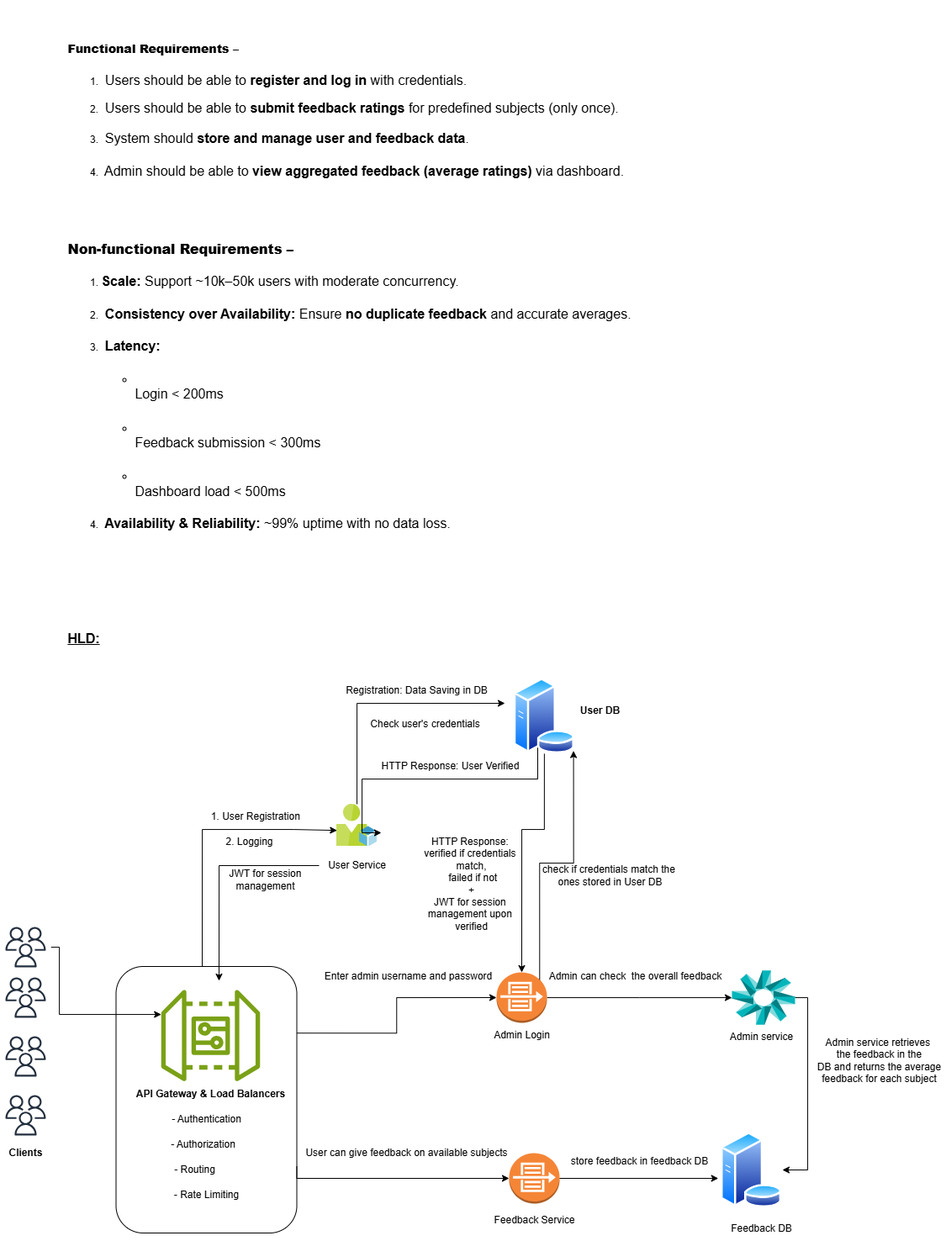
Earlier version of the draw.io export SD_project_Experiment_10/SD_HLD.drawio.png (ttrion/23BCS13761_TANAY_KRG_2B_SD). Source tidied: cells renumbered, new cells last; positions are measured from the earlier drawing's top-left corner, leaving out a move shared by most shapes.
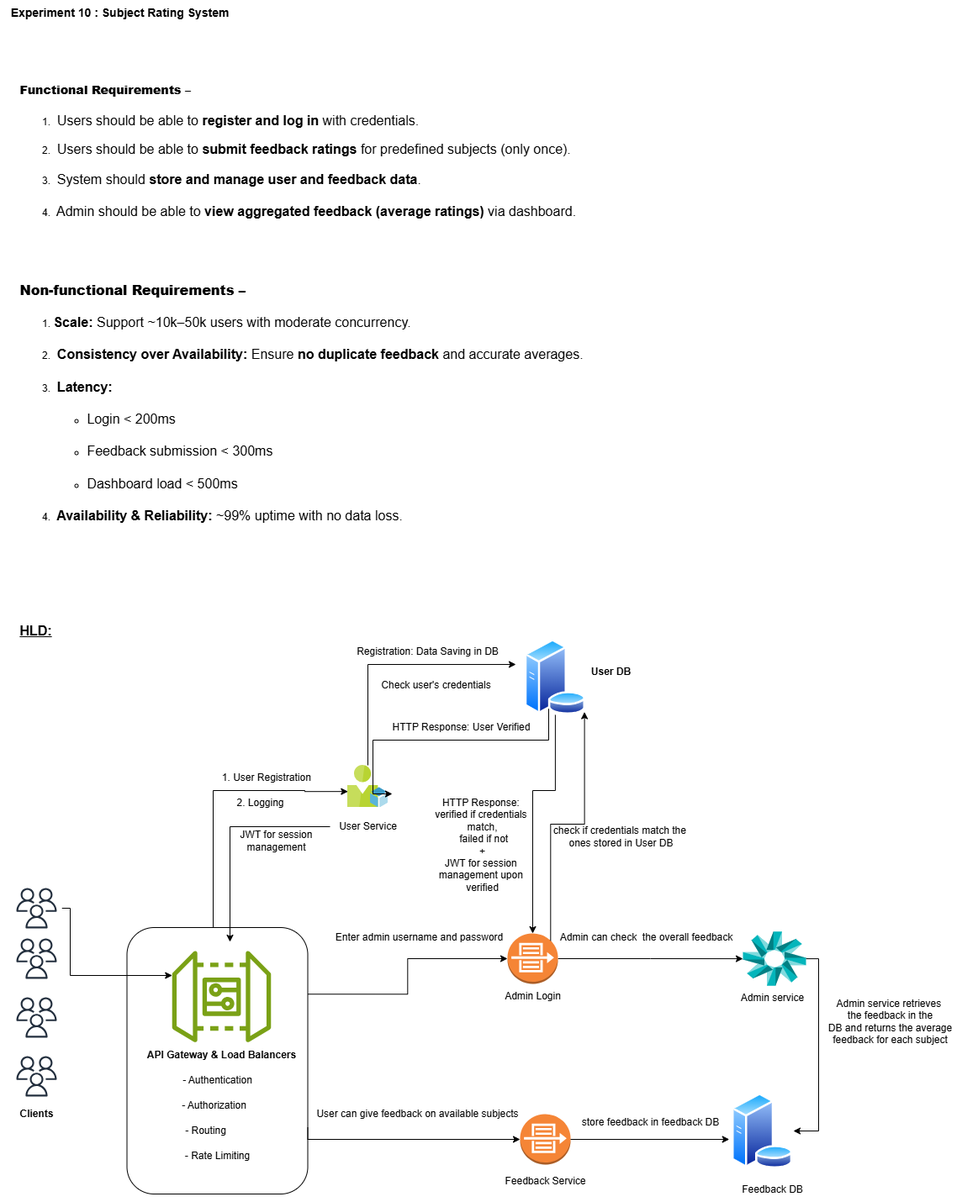
After the commit.

What changed in the source:
```diff
@@ -189,8 +189,11 @@
     <mxCell id="50" value="Admin service retrieves&amp;nbsp;&lt;div&gt;the feedback in the&lt;br&gt;DB and returns the average&lt;br&gt;feedback for each subject&lt;/div&gt;" style="text;html=1;align=center;verticalAlign=middle;strokeColor=none;fillColor=none;" parent="1" vertex="1">
       <mxGeometry x="960" y="1226" width="170" height="70" as="geometry" />
     </mxCell>
-    <mxCell id="51" value="&lt;br&gt;&lt;h1 style=&quot;text-align: left;&quot;&gt;&lt;span role=&quot;text&quot;&gt;&lt;strong&gt;&lt;font style=&quot;font-size: 14px;&quot;&gt;Functional Requirements –&lt;/font&gt;&lt;/strong&gt;&lt;/span&gt;&lt;/h1&gt;&lt;ol&gt;&lt;li&gt;&lt;div style=&quot;text-align: left;&quot;&gt;&lt;span style=&quot;font-size: medium; background-color: transparent; color: light-dark(rgb(0, 0, 0), rgb(255, 255, 255));&quot;&gt;&amp;nbsp;Users should be able to &lt;/span&gt;&lt;strong style=&quot;font-size: medium; background-color: transparent; color: light-dark(rgb(0, 0, 0), rgb(255, 255, 255));&quot;&gt;register and log in&lt;/strong&gt;&lt;span style=&quot;font-size: medium; background-color: transparent; color: light-dark(rgb(0, 0, 0), rgb(255, 255, 255));&quot;&gt; with credentials.&lt;/span&gt;&lt;/div&gt;&lt;/li&gt;&lt;div style=&quot;text-align: left;&quot;&gt;&lt;br&gt;&lt;/div&gt;&lt;li&gt;&lt;div style=&quot;text-align: left;&quot;&gt;&lt;span style=&quot;font-size: medium; background-color: transparent; color: light-dark(rgb(0, 0, 0), rgb(255, 255, 255));&quot;&gt;&amp;nbsp;Users should be able to &lt;/span&gt;&lt;strong style=&quot;font-size: medium; background-color: transparent; color: light-dark(rgb(0, 0, 0), rgb(255, 255, 255));&quot;&gt;submit feedback ratings&lt;/strong&gt;&lt;span style=&quot;font-size: medium; background-color: transparent; color: light-dark(rgb(0, 0, 0), rgb(255, 255, 255));&quot;&gt; for predefined subjects (only once).&lt;/span&gt;&lt;/div&gt;&lt;/li&gt;&lt;div style=&quot;text-align: left;&quot;&gt;&lt;font style=&quot;font-size: 14px;&quot;&gt;&lt;br&gt;&lt;/font&gt;&lt;/div&gt;&lt;li&gt;&lt;div style=&quot;text-align: left;&quot;&gt;&lt;span style=&quot;font-size: medium; background-color: transparent; color: light-dark(rgb(0, 0, 0), rgb(255, 255, 255));&quot;&gt;&amp;nbsp;System should &lt;/span&gt;&lt;strong style=&quot;font-size: medium; background-color: transparent; color: light-dark(rgb(0, 0, 0), rgb(255, 255, 255));&quot;&gt;store and manage user and feedback data&lt;/strong&gt;&lt;span style=&quot;font-size: medium; background-color: transparent; color: light-dark(rgb(0, 0, 0), rgb(255, 255, 255));&quot;&gt;.&lt;/span&gt;&lt;/div&gt;&lt;/li&gt;&lt;div style=&quot;text-align: left;&quot;&gt;&lt;font size=&quot;3&quot;&gt;&lt;br&gt;&lt;/font&gt;&lt;/div&gt;&lt;li&gt;&lt;div style=&quot;text-align: left;&quot;&gt;&lt;span style=&quot;font-size: medium; background-color: transparent; color: light-dark(rgb(0, 0, 0), rgb(255, 255, 255));&quot;&gt;&amp;nbsp;Admin should be able to &lt;/span&gt;&lt;strong style=&quot;font-size: medium; background-color: transparent; color: light-dark(rgb(0, 0, 0), rgb(255, 255, 255));&quot;&gt;view aggregated feedback (average ratings)&lt;/strong&gt;&lt;span style=&quot;font-size: medium; background-color: transparent; color: light-dark(rgb(0, 0, 0), rgb(255, 255, 255));&quot;&gt; via dashboard.&lt;/span&gt;&lt;/div&gt;&lt;/li&gt;&lt;div style=&quot;text-align: left;&quot;&gt;&lt;font size=&quot;3&quot;&gt;&lt;br&gt;&lt;/font&gt;&lt;/div&gt;&lt;/ol&gt;&lt;div style=&quot;text-align: left;&quot;&gt;&lt;font size=&quot;3&quot;&gt;&lt;br&gt;&lt;/font&gt;&lt;/div&gt;&lt;h1 style=&quot;text-align: left;&quot;&gt;&lt;span role=&quot;text&quot;&gt;&lt;strong&gt;&lt;font size=&quot;3&quot;&gt;Non-functional Requirements –&lt;/font&gt;&lt;/strong&gt;&lt;/span&gt;&lt;/h1&gt;&lt;ol&gt;&lt;li&gt;&lt;div style=&quot;text-align: left;&quot;&gt;&lt;strong style=&quot;font-size: medium; background-color: transparent; color: light-dark(rgb(0, 0, 0), rgb(255, 255, 255));&quot;&gt;Scale:&lt;/strong&gt;&lt;span style=&quot;font-size: medium; background-color: transparent; color: light-dark(rgb(0, 0, 0), rgb(255, 255, 255));&quot;&gt; Support ~10k–50k users with moderate concurrency.&lt;/span&gt;&lt;/div&gt;&lt;/li&gt;&lt;div style=&quot;text-align: left;&quot;&gt;&lt;font size=&quot;3&quot;&gt;&lt;br&gt;&lt;/font&gt;&lt;/div&gt;&lt;li&gt;&lt;div style=&quot;text-align: left;&quot;&gt;&lt;strong style=&quot;font-size: medium; background-color: transparent; color: light-dark(rgb(0, 0, 0), rgb(255, 255, 255));&quot;&gt;&amp;nbsp;Consistency over Availability:&lt;/strong&gt;&lt;span style=&quot;font-size: medium; background-color: transparent; color: light-dark(rgb(0, 0, 0), rgb(255, 255, 255));&quot;&gt; Ensure &lt;/span&gt;&lt;strong style=&quot;font-size: medium; background-color: transparent; color: light-dark(rgb(0, 0, 0), rgb(255, 255, 255));&quot;&gt;no duplicate feedback&lt;/strong&gt;&lt;span style=&quot;font-size: medium; background-color: transparent; color: light-dark(rgb(0, 0, 0), rgb(255, 255, 255));&quot;&gt; and accurate averages.&lt;/span&gt;&lt;/div&gt;&lt;/li&gt;&lt;div style=&quot;text-align: left;&quot;&gt;&lt;font size=&quot;3&quot;&gt;&lt;br&gt;&lt;/font&gt;&lt;/div&gt;&lt;li&gt;&lt;div style=&quot;text-align: left;&quot;&gt;&lt;strong style=&quot;background-color: transparent; color: light-dark(rgb(0, 0, 0), rgb(255, 255, 255));&quot;&gt;&lt;font size=&quot;3&quot;&gt;&amp;nbsp;Latency:&lt;/font&gt;&lt;/strong&gt;&lt;/div&gt;&lt;ul&gt;&lt;div style=&quot;text-align: left;&quot;&gt;&lt;font size=&quot;3&quot;&gt;&lt;br&gt;&lt;/font&gt;&lt;/div&gt;&lt;li&gt;&lt;div style=&quot;text-align: left;&quot;&gt;&lt;font size=&quot;3&quot;&gt;&lt;br&gt;&lt;/font&gt;&lt;/div&gt;&lt;div style=&quot;text-align: left;&quot;&gt;&lt;span style=&quot;background-color: transparent; color: light-dark(rgb(0, 0, 0), rgb(255, 255, 255));&quot;&gt;&lt;font size=&quot;3&quot;&gt;Login &amp;lt; 200ms&lt;/font&gt;&lt;/span&gt;&lt;/div&gt;&lt;/li&gt;&lt;div style=&quot;text-align: left;&quot;&gt;&lt;font size=&quot;3&quot;&gt;&lt;br&gt;&lt;/font&gt;&lt;/div&gt;&lt;li&gt;&lt;div style=&quot;text-align: left;&quot;&gt;&lt;font size=&quot;3&quot;&gt;&lt;br&gt;&lt;/font&gt;&lt;/div&gt;&lt;div style=&quot;text-align: left;&quot;&gt;&lt;span style=&quot;background-color: transparent; color: light-dark(rgb(0, 0, 0), rgb(255, 255, 255));&quot;&gt;&lt;font size=&quot;3&quot;&gt;Feedback submission &amp;lt; 300ms&lt;/font&gt;&lt;/span&gt;&lt;/div&gt;&lt;/li&gt;&lt;div style=&quot;text-align: left;&quot;&gt;&lt;font size=&quot;3&quot;&gt;&lt;br&gt;&lt;/font&gt;&lt;/div&gt;&lt;li&gt;&lt;div style=&quot;text-align: left;&quot;&gt;&lt;font size=&quot;3&quot;&gt;&lt;br&gt;&lt;/font&gt;&lt;/div&gt;&lt;div style=&quot;text-align: left;&quot;&gt;&lt;span style=&quot;background-color: transparent; color: light-dark(rgb(0, 0, 0), rgb(255, 255, 255));&quot;&gt;&lt;font size=&quot;3&quot;&gt;Dashboard load &amp;lt; 500ms&lt;/font&gt;&lt;/span&gt;&lt;/div&gt;&lt;/li&gt;&lt;/ul&gt;&lt;/li&gt;&lt;div style=&quot;text-align: left;&quot;&gt;&lt;font size=&quot;3&quot;&gt;&lt;br&gt;&lt;/font&gt;&lt;/div&gt;&lt;li&gt;&lt;div style=&quot;text-align: left;&quot;&gt;&lt;strong style=&quot;font-size: medium; background-color: transparent; color: light-dark(rgb(0, 0, 0), rgb(255, 255, 255));&quot;&gt;&amp;nbsp;Availability &amp;amp; Reliability:&lt;/strong&gt;&lt;span style=&quot;font-size: medium; background-color: transparent; color: light-dark(rgb(0, 0, 0), rgb(255, 255, 255));&quot;&gt; ~99% uptime with no data loss.&lt;/span&gt;&lt;/div&gt;&lt;/li&gt;&lt;div style=&quot;text-align: left;&quot;&gt;&lt;font size=&quot;3&quot;&gt;&lt;br&gt;&lt;/font&gt;&lt;/div&gt;&lt;/ol&gt;&lt;div style=&quot;text-align: left;&quot;&gt;&lt;br&gt;&lt;/div&gt;&lt;div style=&quot;text-align: left;&quot;&gt;&lt;br&gt;&lt;/div&gt;&lt;div style=&quot;text-align: left;&quot;&gt;&lt;br&gt;&lt;/div&gt;&lt;div style=&quot;text-align: left;&quot;&gt;&lt;br&gt;&lt;/div&gt;&lt;div style=&quot;text-align: left;&quot;&gt;&lt;br&gt;&lt;/div&gt;&lt;div style=&quot;text-align: left;&quot;&gt;&lt;br&gt;&lt;/div&gt;&lt;div style=&quot;text-align: left;&quot;&gt;&lt;font size=&quot;3&quot;&gt;&lt;b&gt;&lt;u&gt;HLD:&lt;/u&gt;&lt;/b&gt;&lt;/font&gt;&lt;/div&gt;&lt;ol&gt;&lt;div style=&quot;text-align: left;&quot;&gt;&lt;br&gt;&lt;/div&gt;&lt;/ol&gt;&lt;div&gt;&lt;br&gt;&lt;/div&gt;" style="text;html=1;align=center;verticalAlign=middle;strokeColor=none;fillColor=none;" parent="1" vertex="1">
-      <mxGeometry x="70" width="690" height="830" as="geometry" />
+    <mxCell id="51" value="&lt;br&gt;&lt;h1 style=&quot;text-align: left;&quot;&gt;&lt;span role=&quot;text&quot;&gt;&lt;strong&gt;&lt;font style=&quot;font-size: 14px;&quot;&gt;Functional Requirements –&lt;/font&gt;&lt;/strong&gt;&lt;/span&gt;&lt;/h1&gt;&lt;ol&gt;&lt;li&gt;&lt;div style=&quot;text-align: left;&quot;&gt;&lt;span style=&quot;font-size: medium; background-color: transparent; color: light-dark(rgb(0, 0, 0), rgb(255, 255, 255));&quot;&gt;&amp;nbsp;Users should be able to &lt;/span&gt;&lt;strong style=&quot;font-size: medium; background-color: transparent; color: light-dark(rgb(0, 0, 0), rgb(255, 255, 255));&quot;&gt;register and log in&lt;/strong&gt;&lt;span style=&quot;font-size: medium; background-color: transparent; color: light-dark(rgb(0, 0, 0), rgb(255, 255, 255));&quot;&gt; with credentials.&lt;/span&gt;&lt;/div&gt;&lt;/li&gt;&lt;div style=&quot;text-align: left;&quot;&gt;&lt;br&gt;&lt;/div&gt;&lt;li&gt;&lt;div style=&quot;text-align: left;&quot;&gt;&lt;span style=&quot;font-size: medium; background-color: transparent; color: light-dark(rgb(0, 0, 0), rgb(255, 255, 255));&quot;&gt;&amp;nbsp;Users should be able to &lt;/span&gt;&lt;strong style=&quot;font-size: medium; background-color: transparent; color: light-dark(rgb(0, 0, 0), rgb(255, 255, 255));&quot;&gt;submit feedback ratings&lt;/strong&gt;&lt;span style=&quot;font-size: medium; background-color: transparent; color: light-dark(rgb(0, 0, 0), rgb(255, 255, 255));&quot;&gt; for predefined subjects (only once).&lt;/span&gt;&lt;/div&gt;&lt;/li&gt;&lt;div style=&quot;text-align: left;&quot;&gt;&lt;font style=&quot;font-size: 14px;&quot;&gt;&lt;br&gt;&lt;/font&gt;&lt;/div&gt;&lt;li&gt;&lt;div style=&quot;text-align: left;&quot;&gt;&lt;span style=&quot;font-size: medium; background-color: transparent; color: light-dark(rgb(0, 0, 0), rgb(255, 255, 255));&quot;&gt;&amp;nbsp;System should &lt;/span&gt;&lt;strong style=&quot;font-size: medium; background-color: transparent; color: light-dark(rgb(0, 0, 0), rgb(255, 255, 255));&quot;&gt;store and manage user and feedback data&lt;/strong&gt;&lt;span style=&quot;font-size: medium; background-color: transparent; color: light-dark(rgb(0, 0, 0), rgb(255, 255, 255));&quot;&gt;.&lt;/span&gt;&lt;/div&gt;&lt;/li&gt;&lt;div style=&quot;text-align: left;&quot;&gt;&lt;font size=&quot;3&quot;&gt;&lt;br&gt;&lt;/font&gt;&lt;/div&gt;&lt;li&gt;&lt;div style=&quot;text-align: left;&quot;&gt;&lt;span style=&quot;font-size: medium; background-color: transparent; color: light-dark(rgb(0, 0, 0), rgb(255, 255, 255));&quot;&gt;&amp;nbsp;Admin should be able to &lt;/span&gt;&lt;strong style=&quot;font-size: medium; background-color: transparent; color: light-dark(rgb(0, 0, 0), rgb(255, 255, 255));&quot;&gt;view aggregated feedback (average ratings)&lt;/strong&gt;&lt;span style=&quot;font-size: medium; background-color: transparent; color: light-dark(rgb(0, 0, 0), rgb(255, 255, 255));&quot;&gt; via dashboard.&lt;/span&gt;&lt;/div&gt;&lt;/li&gt;&lt;div style=&quot;text-align: left;&quot;&gt;&lt;font size=&quot;3&quot;&gt;&lt;br&gt;&lt;/font&gt;&lt;/div&gt;&lt;/ol&gt;&lt;div style=&quot;text-align: left;&quot;&gt;&lt;font size=&quot;3&quot;&gt;&lt;br&gt;&lt;/font&gt;&lt;/div&gt;&lt;h1 style=&quot;text-align: left;&quot;&gt;&lt;span role=&quot;text&quot;&gt;&lt;strong&gt;&lt;font size=&quot;3&quot;&gt;Non-functional Requirements –&lt;/font&gt;&lt;/strong&gt;&lt;/span&gt;&lt;/h1&gt;&lt;ol&gt;&lt;li&gt;&lt;div style=&quot;text-align: left;&quot;&gt;&lt;strong style=&quot;font-size: medium; background-color: transparent; color: light-dark(rgb(0, 0, 0), rgb(255, 255, 255));&quot;&gt;Scale:&lt;/strong&gt;&lt;span style=&quot;font-size: medium; background-color: transparent; color: light-dark(rgb(0, 0, 0), rgb(255, 255, 255));&quot;&gt; Support ~10k–50k users with moderate concurrency.&lt;/span&gt;&lt;/div&gt;&lt;/li&gt;&lt;div style=&quot;text-align: left;&quot;&gt;&lt;font size=&quot;3&quot;&gt;&lt;br&gt;&lt;/font&gt;&lt;/div&gt;&lt;li&gt;&lt;div style=&quot;text-align: left;&quot;&gt;&lt;strong style=&quot;font-size: medium; background-color: transparent; color: light-dark(rgb(0, 0, 0), rgb(255, 255, 255));&quot;&gt;&amp;nbsp;Consistency over Availability:&lt;/strong&gt;&lt;span style=&quot;font-size: medium; background-color: transparent; color: light-dark(rgb(0, 0, 0), rgb(255, 255, 255));&quot;&gt; Ensure &lt;/span&gt;&lt;strong style=&quot;font-size: medium; background-color: transparent; color: light-dark(rgb(0, 0, 0), rgb(255, 255, 255));&quot;&gt;no duplicate feedback&lt;/strong&gt;&lt;span style=&quot;font-size: medium; background-color: transparent; color: light-dark(rgb(0, 0, 0), rgb(255, 255, 255));&quot;&gt; and accurate averages.&lt;/span&gt;&lt;/div&gt;&lt;/li&gt;&lt;div style=&quot;text-align: left;&quot;&gt;&lt;font size=&quot;3&quot;&gt;&lt;br&gt;&lt;/font&gt;&lt;/div&gt;&lt;li&gt;&lt;div style=&quot;text-align: left;&quot;&gt;&lt;strong style=&quot;background-color: transparent; color: light-dark(rgb(0, 0, 0), rgb(255, 255, 255));&quot;&gt;&lt;font size=&quot;3&quot;&gt;&amp;nbsp;Latency:&lt;/font&gt;&lt;/strong&gt;&lt;/div&gt;&lt;ul&gt;&lt;div style=&quot;text-align: left;&quot;&gt;&lt;font size=&quot;3&quot;&gt;&lt;br&gt;&lt;/font&gt;&lt;/div&gt;&lt;li&gt;&lt;div style=&quot;text-align: left;&quot;&gt;&lt;span style=&quot;font-size: medium; background-color: transparent; color: light-dark(rgb(0, 0, 0), rgb(255, 255, 255));&quot;&gt;Login &amp;lt; 200ms&lt;/span&gt;&lt;/div&gt;&lt;/li&gt;&lt;div style=&quot;text-align: left;&quot;&gt;&lt;font size=&quot;3&quot;&gt;&lt;br&gt;&lt;/font&gt;&lt;/div&gt;&lt;li&gt;&lt;div style=&quot;text-align: left;&quot;&gt;&lt;span style=&quot;font-size: medium; background-color: transparent; color: light-dark(rgb(0, 0, 0), rgb(255, 255, 255));&quot;&gt;Feedback submission &amp;lt; 300ms&lt;/span&gt;&lt;/div&gt;&lt;/li&gt;&lt;div style=&quot;text-align: left;&quot;&gt;&lt;font size=&quot;3&quot;&gt;&lt;br&gt;&lt;/font&gt;&lt;/div&gt;&lt;li&gt;&lt;div style=&quot;text-align: left;&quot;&gt;&lt;span style=&quot;font-size: medium; background-color: transparent; color: light-dark(rgb(0, 0, 0), rgb(255, 255, 255));&quot;&gt;Dashboard load &amp;lt; 500ms&lt;/span&gt;&lt;/div&gt;&lt;/li&gt;&lt;/ul&gt;&lt;/li&gt;&lt;div style=&quot;text-align: left;&quot;&gt;&lt;font size=&quot;3&quot;&gt;&lt;br&gt;&lt;/font&gt;&lt;/div&gt;&lt;li&gt;&lt;div style=&quot;text-align: left;&quot;&gt;&lt;strong style=&quot;font-size: medium; background-color: transparent; color: light-dark(rgb(0, 0, 0), rgb(255, 255, 255));&quot;&gt;&amp;nbsp;Availability &amp;amp; Reliability:&lt;/strong&gt;&lt;span style=&quot;font-size: medium; background-color: transparent; color: light-dark(rgb(0, 0, 0), rgb(255, 255, 255));&quot;&gt; ~99% uptime with no data loss.&lt;/span&gt;&lt;/div&gt;&lt;/li&gt;&lt;div style=&quot;text-align: left;&quot;&gt;&lt;font size=&quot;3&quot;&gt;&lt;br&gt;&lt;/font&gt;&lt;/div&gt;&lt;/ol&gt;&lt;div style=&quot;text-align: left;&quot;&gt;&lt;br&gt;&lt;/div&gt;&lt;div style=&quot;text-align: left;&quot;&gt;&lt;br&gt;&lt;/div&gt;&lt;div style=&quot;text-align: left;&quot;&gt;&lt;br&gt;&lt;/div&gt;&lt;div style=&quot;text-align: left;&quot;&gt;&lt;br&gt;&lt;/div&gt;&lt;div style=&quot;text-align: left;&quot;&gt;&lt;br&gt;&lt;/div&gt;&lt;div style=&quot;text-align: left;&quot;&gt;&lt;br&gt;&lt;/div&gt;&lt;div style=&quot;text-align: left;&quot;&gt;&lt;font size=&quot;3&quot;&gt;&lt;b&gt;&lt;u&gt;HLD:&lt;/u&gt;&lt;/b&gt;&lt;/font&gt;&lt;/div&gt;&lt;ol&gt;&lt;div style=&quot;text-align: left;&quot;&gt;&lt;br&gt;&lt;/div&gt;&lt;/ol&gt;&lt;div&gt;&lt;br&gt;&lt;/div&gt;" style="text;html=1;align=center;verticalAlign=middle;strokeColor=none;fillColor=none;" parent="1" vertex="1">
+      <mxGeometry y="96" width="690" height="770" as="geometry" />
     </mxCell>
+    <mxCell id="52" value="&lt;font face=&quot;Helvetica&quot; style=&quot;font-size: 14px;&quot;&gt;&lt;b style=&quot;&quot;&gt;Experiment 10 : Subject Rating System&amp;nbsp;&lt;/b&gt;&lt;/font&gt;" style="text;html=1;align=center;verticalAlign=middle;strokeColor=none;fillColor=none;" parent="1" vertex="1">
+      <mxGeometry x="-13.8" y="46" width="290" height="30" as="geometry" />
+    </mxCell>
   </root>
 </mxGraphModel>
```
